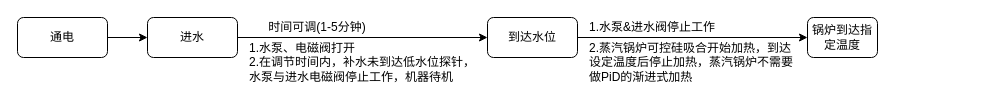
mailonghua/drawio keeps this draw.io diagram as Amateur/CoffeeWs/咖啡机工作流程.drawio. Above is the earlier version. Source tidied: cells renumbered, new cells numbered last; positions are measured from the earlier drawing's top-left corner, leaving out a move shared by most shapes. Both pictures are drawn from the tidied source at 100%, with x=0, y=0 at pixel (17, 17).
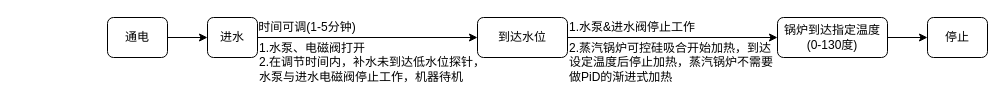
Above is the later version.

Commit message (it also covers changes not shown here):
更新咖啡机工作流程.drawio

The edit, as a diff of the source:
```diff
@@
 <mxGraphModel>
   <root>
     <mxCell id="0" />
     <mxCell id="1" parent="0" />
     <mxCell id="2" style="edgeStyle=orthogonalEdgeStyle;rounded=0;jettySize=auto;html=1;" parent="1" edge="1" source="3" target="5">
       <mxGeometry relative="1" as="geometry" />
     </mxCell>
     <mxCell id="3" value="通电" style="rounded=1;whiteSpace=wrap;html=1;" parent="1" vertex="1">
-      <mxGeometry width="90" height="40" as="geometry" />
+      <mxGeometry x="90" width="60" height="40" as="geometry" />
     </mxCell>
     <mxCell id="4" style="edgeStyle=orthogonalEdgeStyle;rounded=0;jettySize=auto;html=1;" parent="1" edge="1" source="5" target="7">
       <mxGeometry relative="1" as="geometry" />
     </mxCell>
     <mxCell id="5" value="进水" style="rounded=1;whiteSpace=wrap;html=1;" parent="1" vertex="1">
-      <mxGeometry x="130" width="90" height="40" as="geometry" />
+      <mxGeometry x="190" width="50" height="40" as="geometry" />
     </mxCell>
     <mxCell id="6" style="edgeStyle=orthogonalEdgeStyle;rounded=0;jettySize=auto;html=1;" parent="1" edge="1" source="7" target="10">
       <mxGeometry relative="1" as="geometry" />
     </mxCell>
     <mxCell id="7" value="到达水位" style="rounded=1;whiteSpace=wrap;html=1;" parent="1" vertex="1">
-      <mxGeometry x="470" width="90" height="40" as="geometry" />
+      <mxGeometry x="460" width="90" height="40" as="geometry" />
     </mxCell>
     <mxCell id="8" value="时间可调(1-5分钟)" style="text;html=1;whiteSpace=wrap;strokeColor=none;fillColor=none;align=center;verticalAlign=middle;rounded=0;" parent="1" vertex="1">
-      <mxGeometry x="250" width="100" height="20" as="geometry" />
+      <mxGeometry x="240" width="100" height="20" as="geometry" />
     </mxCell>
     <mxCell id="9" value="1.水泵、电磁阀打开&lt;br&gt;&lt;div&gt;2.在调节时间内，补水未到达低水位探针，&lt;/div&gt;&lt;div&gt;水泵与进水电磁阀停止工作，机器待机&lt;/div&gt;" style="text;html=1;whiteSpace=wrap;strokeColor=none;fillColor=none;align=left;verticalAlign=middle;rounded=0;" parent="1" vertex="1">
-      <mxGeometry x="230" y="20" width="240" height="50" as="geometry" />
+      <mxGeometry x="240" y="20" width="230" height="50" as="geometry" />
     </mxCell>
+    <mxCell id="13" style="edgeStyle=orthogonalEdgeStyle;rounded=0;jettySize=auto;html=1;" parent="1" edge="1" source="10" target="14">
+      <mxGeometry relative="1" as="geometry" />
+    </mxCell>
-    <mxCell id="10" value="锅炉到达指定温度" style="rounded=1;whiteSpace=wrap;html=1;" parent="1" vertex="1">
-      <mxGeometry x="790" width="70" height="40" as="geometry" />
+    <mxCell id="10" value="锅炉到达指定温度&lt;br&gt;(0-130度)" style="rounded=1;whiteSpace=wrap;html=1;" parent="1" vertex="1">
+      <mxGeometry x="760" width="110" height="40" as="geometry" />
     </mxCell>
     <mxCell id="11" value="1.水泵&amp;amp;进水阀停止工作" style="text;html=1;whiteSpace=wrap;strokeColor=none;fillColor=none;align=center;verticalAlign=middle;rounded=0;" parent="1" vertex="1">
-      <mxGeometry x="570" width="130" height="20" as="geometry" />
+      <mxGeometry x="550" width="130" height="20" as="geometry" />
     </mxCell>
     <mxCell id="12" value="2.蒸汽锅炉可控硅吸合开始加热，到达设定温度后停止加热，蒸汽锅炉不需要做PiD的渐进式加热" style="text;html=1;whiteSpace=wrap;strokeColor=none;fillColor=none;align=left;verticalAlign=middle;rounded=0;" parent="1" vertex="1">
-      <mxGeometry x="570" y="20" width="210" height="50" as="geometry" />
+      <mxGeometry x="550" y="20" width="210" height="50" as="geometry" />
     </mxCell>
+    <mxCell id="14" value="停止" style="rounded=1;whiteSpace=wrap;html=1;" parent="1" vertex="1">
+      <mxGeometry x="910" width="60" height="40" as="geometry" />
+    </mxCell>
   </root>
 </mxGraphModel>
```
